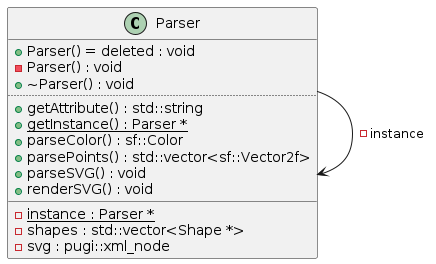
Before: docs/diagrams/Parser.png, a diagram exported from PlantUML (ntkwan/csc10003-svg-reader). Its diagram source:
```plantuml
@startuml
class "Parser" as C_0001190833385181412596
class C_0001190833385181412596 {
+Parser() = deleted : void
-Parser() : void
+~Parser() : void
..
+getAttribute() : std::string
{static} +getInstance() : Parser *
+parseColor() : sf::Color
+parsePoints() : std::vector<sf::Vector2f>
+parseSVG() : void
+renderSVG() : void
__
{static} -instance : Parser *
-shapes : std::vector<Shape *>
-svg : pugi::xml_node
}
C_0001190833385181412596 --> C_0001190833385181412596 : -instance

@enduml
```
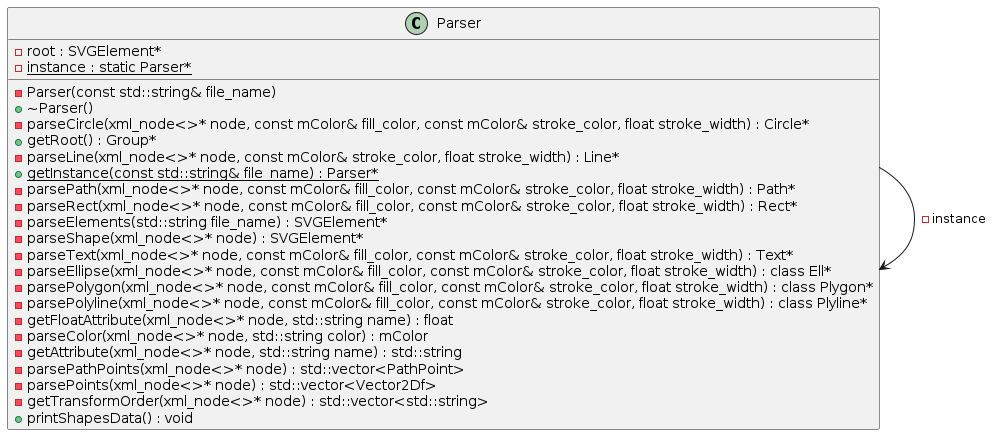
Above is the later version.

What changed in the source:
```diff
@@ -1,21 +1,53 @@
 @startuml
-class "Parser" as C_0001190833385181412596
-class C_0001190833385181412596 {
-+Parser() = deleted : void
--Parser() : void
-+~Parser() : void
-..
-+getAttribute() : std::string
-{static} +getInstance() : Parser *
-+parseColor() : sf::Color
-+parsePoints() : std::vector<sf::Vector2f>
-+parseSVG() : void
-+renderSVG() : void
-__
-{static} -instance : Parser *
--shapes : std::vector<Shape *>
--svg : pugi::xml_node
+
+
+
+
+
+
+class Parser {
+	-Parser(const std::string& file_name)
+	+~Parser()
+	-parseCircle(xml_node<>* node, const mColor& fill_color, const mColor& stroke_color, float stroke_width) : Circle*
+	+getRoot() : Group*
+	-parseLine(xml_node<>* node, const mColor& stroke_color, float stroke_width) : Line*
+	+{static} getInstance(const std::string& file_name) : Parser*
+	-parsePath(xml_node<>* node, const mColor& fill_color, const mColor& stroke_color, float stroke_width) : Path*
+	-parseRect(xml_node<>* node, const mColor& fill_color, const mColor& stroke_color, float stroke_width) : Rect*
+	-parseElements(std::string file_name) : SVGElement*
+	-parseShape(xml_node<>* node) : SVGElement*
+	-root : SVGElement*
+	-parseText(xml_node<>* node, const mColor& fill_color, const mColor& stroke_color, float stroke_width) : Text*
+	-parseEllipse(xml_node<>* node, const mColor& fill_color, const mColor& stroke_color, float stroke_width) : class Ell*
+	-parsePolygon(xml_node<>* node, const mColor& fill_color, const mColor& stroke_color, float stroke_width) : class Plygon*
+	-parsePolyline(xml_node<>* node, const mColor& fill_color, const mColor& stroke_color, float stroke_width) : class Plyline*
+	-getFloatAttribute(xml_node<>* node, std::string name) : float
+	-parseColor(xml_node<>* node, std::string color) : mColor
+	-{static} instance : static Parser*
+	-getAttribute(xml_node<>* node, std::string name) : std::string
+	-parsePathPoints(xml_node<>* node) : std::vector<PathPoint>
+	-parsePoints(xml_node<>* node) : std::vector<Vector2Df>
+	-getTransformOrder(xml_node<>* node) : std::vector<std::string>
+	+printShapesData() : void
 }
-C_0001190833385181412596 --> C_0001190833385181412596 : -instance
+
+
+
+
+
+
+
+
+
+
+.Parser --> .Parser : -instance
+
+
+
+
+
+
+
+
 
 @enduml
```
